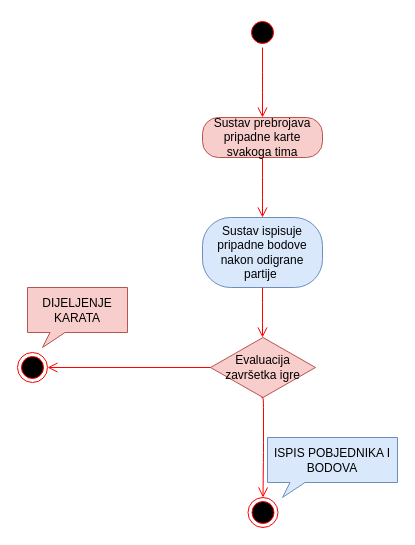
Earlier version of the draw.io diagram page "Activity: Bodovanje" (9 of 11) of Dijagram.drawio (TheRealJoci/Tressette-Terminal-Card-Game). Source tidied: cells renumbered, new cells numbered last; positions are measured from the earlier drawing's top-left corner, leaving out a move shared by most shapes. Both pictures are drawn from the tidied source at 100%, with x=0, y=0 at pixel (17, 17).
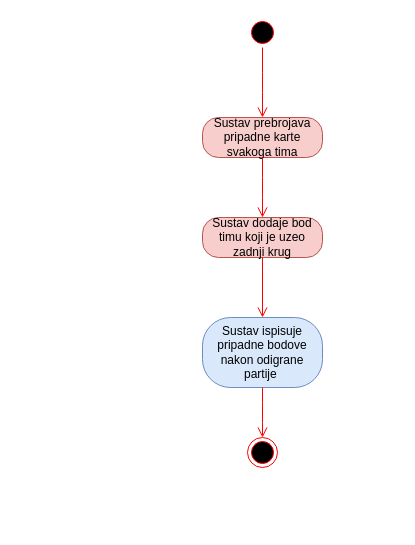
After the change.

Change to the diagram source:
```diff
@@
 <mxGraphModel>
   <root>
     <mxCell id="0" />
     <mxCell id="1" parent="0" />
     <mxCell id="2" style="ellipse;html=1;shape=startState;fillColor=#000000;strokeColor=#ff0000;" parent="1" vertex="1">
       <mxGeometry x="230" width="30" height="30" as="geometry" />
     </mxCell>
     <mxCell id="3" style="edgeStyle=orthogonalEdgeStyle;html=1;verticalAlign=bottom;endArrow=open;endSize=8;strokeColor=#ff0000;" parent="1" edge="1" source="2">
       <mxGeometry relative="1" as="geometry">
         <mxPoint x="245" y="100" as="targetPoint" />
       </mxGeometry>
     </mxCell>
     <mxCell id="4" value="Sustav prebrojava pripadne karte svakoga tima" style="rounded=1;whiteSpace=wrap;html=1;arcSize=40;fillColor=#f8cecc;strokeColor=#b85450;" parent="1" vertex="1">
       <mxGeometry x="185" y="100" width="120" height="40" as="geometry" />
     </mxCell>
     <mxCell id="5" style="edgeStyle=orthogonalEdgeStyle;html=1;verticalAlign=bottom;endArrow=open;endSize=8;strokeColor=#ff0000;" parent="1" edge="1" source="4">
       <mxGeometry relative="1" as="geometry">
         <mxPoint x="245" y="200" as="targetPoint" />
       </mxGeometry>
     </mxCell>
     <mxCell id="6" value="Sustav ispisuje pripadne bodove nakon odigrane partije&amp;nbsp;" style="rounded=1;whiteSpace=wrap;html=1;arcSize=40;fillColor=#dae8fc;strokeColor=#6c8ebf;" parent="1" vertex="1">
-      <mxGeometry x="185" y="200" width="120" height="70" as="geometry" />
+      <mxGeometry x="185" y="300" width="120" height="70" as="geometry" />
     </mxCell>
     <mxCell id="7" style="edgeStyle=orthogonalEdgeStyle;html=1;verticalAlign=bottom;endArrow=open;endSize=8;strokeColor=#ff0000;" parent="1" edge="1" source="6">
       <mxGeometry relative="1" as="geometry">
-        <mxPoint x="245" y="320" as="targetPoint" />
+        <mxPoint x="245" y="420" as="targetPoint" />
       </mxGeometry>
     </mxCell>
     <mxCell id="8" style="ellipse;html=1;shape=endState;fillColor=#000000;strokeColor=#ff0000;" parent="1" vertex="1">
-      <mxGeometry x="230.5" y="480" width="30" height="30" as="geometry" />
+      <mxGeometry x="230" y="420" width="30" height="30" as="geometry" />
     </mxCell>
-    <mxCell id="9" value="Evaluacija završetka igre" style="rhombus;whiteSpace=wrap;html=1;fillColor=#f8cecc;strokeColor=#b85450;" parent="1" vertex="1">
-      <mxGeometry x="193" y="320" width="105" height="60" as="geometry" />
-    </mxCell>
-    <mxCell id="10" style="ellipse;html=1;shape=endState;fillColor=#000000;strokeColor=#ff0000;" parent="1" vertex="1">
-      <mxGeometry y="335" width="30" height="30" as="geometry" />
-    </mxCell>
-    <mxCell id="11" style="edgeStyle=orthogonalEdgeStyle;html=1;verticalAlign=bottom;endArrow=open;endSize=8;strokeColor=#ff0000;entryX=0.5;entryY=0;entryDx=0;entryDy=0;" parent="1" edge="1" target="8">
-      <mxGeometry relative="1" as="geometry">
-        <mxPoint x="244" y="380" as="sourcePoint" />
-        <Array as="points">
-          <mxPoint x="246" y="380" />
-          <mxPoint x="246" y="435" />
-        </Array>
-      </mxGeometry>
-    </mxCell>
-    <mxCell id="12" style="edgeStyle=orthogonalEdgeStyle;html=1;verticalAlign=bottom;endArrow=open;endSize=8;strokeColor=#ff0000;entryX=1;entryY=0.5;entryDx=0;entryDy=0;exitX=0;exitY=0.5;exitDx=0;exitDy=0;" parent="1" edge="1" source="9" target="10">
-      <mxGeometry relative="1" as="geometry" />
-    </mxCell>
-    <mxCell id="13" value="DIJELJENJE KARATA" style="whiteSpace=wrap;html=1;shape=mxgraph.basic.rectCallout;dx=30;dy=15;boundedLbl=1;rotation=0;fillColor=#f8cecc;strokeColor=#b85450;" parent="1" vertex="1">
-      <mxGeometry x="10" y="270" width="100" height="60" as="geometry" />
-    </mxCell>
-    <mxCell id="14" value="ISPIS POBJEDNIKA I BODOVA" style="whiteSpace=wrap;html=1;shape=mxgraph.basic.rectCallout;dx=30;dy=15;boundedLbl=1;rotation=0;fillColor=#dae8fc;strokeColor=#6c8ebf;" parent="1" vertex="1">
-      <mxGeometry x="250" y="420" width="130" height="60" as="geometry" />
-    </mxCell>
+    <mxCell id="15" value="Sustav dodaje bod timu koji je uzeo zadnji krug" style="rounded=1;whiteSpace=wrap;html=1;arcSize=40;fillColor=#f8cecc;strokeColor=#b85450;" parent="1" vertex="1">
+      <mxGeometry x="185" y="200" width="120" height="40" as="geometry" />
+    </mxCell>
+    <mxCell id="16" style="edgeStyle=orthogonalEdgeStyle;html=1;verticalAlign=bottom;endArrow=open;endSize=8;strokeColor=#ff0000;" parent="1" edge="1">
+      <mxGeometry relative="1" as="geometry">
+        <mxPoint x="245" y="240" as="sourcePoint" />
+        <mxPoint x="245" y="300" as="targetPoint" />
+      </mxGeometry>
+    </mxCell>
   </root>
 </mxGraphModel>
```
